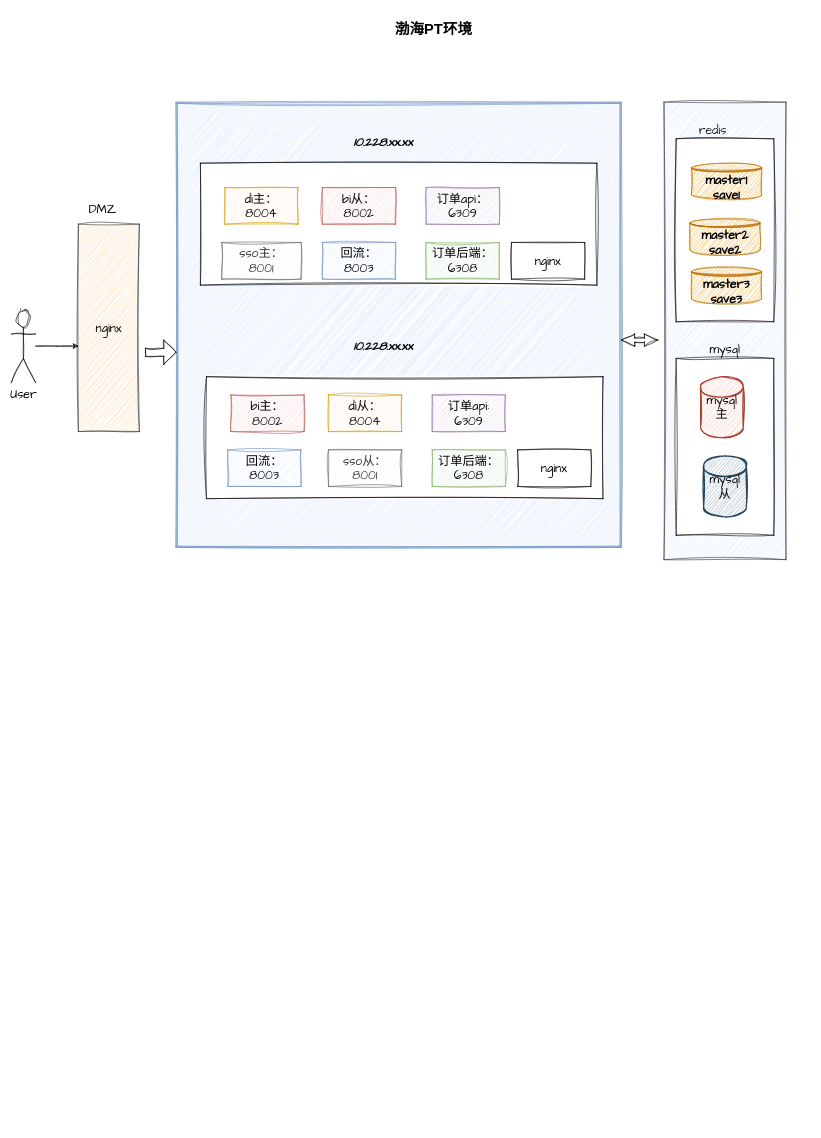
The draw.io diagram 渤海pt环境.drawio in BNingliu/drawIO, before the edit. Source tidied: cells renumbered, new cells numbered last; positions are measured from the earlier drawing's top-left corner, leaving out a move shared by most shapes. Both pictures are drawn from the tidied source at 61%, with x=0, y=0 at pixel (11, 16).
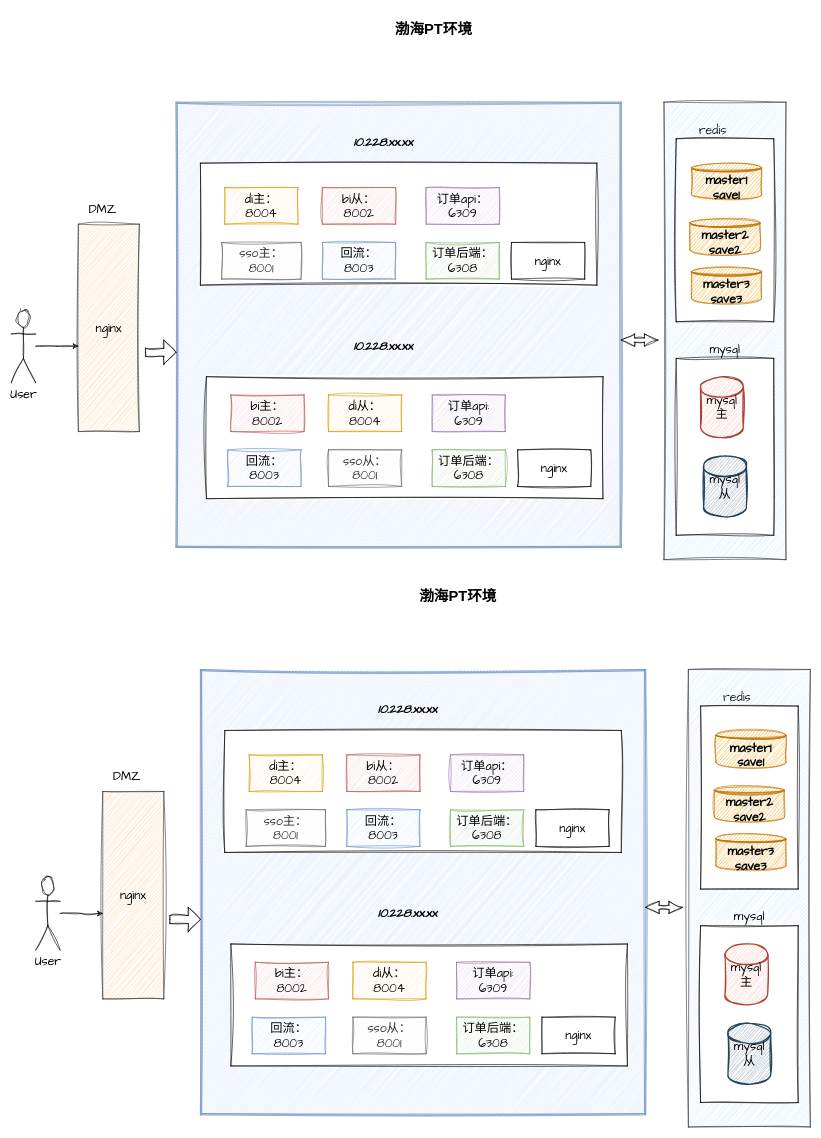
The same page after the edit.

Commit message:
更新渤海pt环境.drawio

Diff of the diagram source:
```diff
@@
+    <mxCell id="41" value="nginx" style="rounded=0;whiteSpace=wrap;html=1;hachureGap=4;fontFamily=Architects Daughter;fontSize=20;fillColor=#ffcc99;strokeColor=#36393d;sketch=1;curveFitting=1;jiggle=2;" parent="1" vertex="1">
+      <mxGeometry x="150" y="1270" width="100" height="340" as="geometry" />
+    </mxCell>
+    <mxCell id="42" value="DMZ" style="text;html=1;strokeColor=none;fillColor=none;align=center;verticalAlign=middle;whiteSpace=wrap;rounded=0;hachureGap=4;fontFamily=Architects Daughter;fontSize=20;sketch=1;curveFitting=1;jiggle=2;" parent="1" vertex="1">
+      <mxGeometry x="160" y="1230" width="60" height="30" as="geometry" />
+    </mxCell>
+    <mxCell id="43" value="User" style="shape=umlActor;verticalLabelPosition=bottom;verticalAlign=top;html=1;outlineConnect=0;hachureGap=4;fontFamily=Architects Daughter;fontSize=20;rounded=0;sketch=1;curveFitting=1;jiggle=2;" parent="1" vertex="1">
+      <mxGeometry x="40" y="1410" width="40" height="120" as="geometry" />
+    </mxCell>
+    <mxCell id="44" style="edgeStyle=orthogonalEdgeStyle;rounded=0;hachureGap=4;jettySize=auto;html=1;fontFamily=Architects Daughter;fontSize=16;sketch=1;curveFitting=1;jiggle=2;" parent="1" edge="1" source="43">
+      <mxGeometry relative="1" as="geometry">
+        <mxPoint x="150" y="1470" as="targetPoint" />
+      </mxGeometry>
+    </mxCell>
+    <mxCell id="45" style="shape=ext;double=1;whiteSpace=wrap;html=1;hachureGap=4;fontFamily=Architects Daughter;fontSize=20;fillColor=#dae8fc;strokeColor=#6c8ebf;rounded=0;sketch=1;curveFitting=1;jiggle=2;" parent="1" vertex="1">
+      <mxGeometry x="310" y="1070" width="730" height="730" as="geometry" />
+    </mxCell>
+    <mxCell id="46" value="&lt;b&gt;&lt;i&gt;10.228.xx.xx&lt;/i&gt;&lt;/b&gt;" style="text;html=1;strokeColor=none;fillColor=none;align=center;verticalAlign=middle;whiteSpace=wrap;rounded=0;hachureGap=4;fontFamily=Architects Daughter;fontSize=20;sketch=1;curveFitting=1;jiggle=2;" parent="1" vertex="1">
+      <mxGeometry x="620" y="1455" width="60" height="30" as="geometry" />
+    </mxCell>
+    <mxCell id="47" value="redis" style="text;html=1;strokeColor=none;fillColor=none;align=center;verticalAlign=middle;whiteSpace=wrap;rounded=0;hachureGap=4;fontFamily=Architects Daughter;fontSize=20;sketch=1;curveFitting=1;jiggle=2;" parent="1" vertex="1">
+      <mxGeometry x="1160" y="1100" width="60" height="30" as="geometry" />
+    </mxCell>
+    <mxCell id="48" style="edgeStyle=none;rounded=0;hachureGap=4;jettySize=auto;html=1;fontFamily=Architects Daughter;fontSize=16;fontColor=#000000;sketch=1;curveFitting=1;jiggle=2;" parent="1" edge="1" source="49" target="45">
+      <mxGeometry relative="1" as="geometry" />
+    </mxCell>
+    <mxCell id="49" style="html=1;shadow=0;dashed=0;align=center;verticalAlign=middle;shape=mxgraph.arrows2.twoWayArrow;dy=0.65;dx=22;labelBackgroundColor=#000000;hachureGap=4;fontFamily=Architects Daughter;fontSize=20;fontColor=#000000;gradientColor=none;rounded=0;sketch=1;curveFitting=1;jiggle=2;" parent="1" vertex="1">
+      <mxGeometry x="1040" y="1450" width="60" height="20" as="geometry" />
+    </mxCell>
+    <mxCell id="50" style="html=1;shadow=0;dashed=0;align=center;verticalAlign=middle;shape=mxgraph.arrows2.arrow;dy=0.67;dx=20;notch=0;labelBackgroundColor=#000000;hachureGap=4;fontFamily=Architects Daughter;fontSize=20;fontColor=#000000;gradientColor=none;rounded=0;sketch=1;curveFitting=1;jiggle=2;" parent="1" vertex="1">
+      <mxGeometry x="260" y="1460" width="50" height="40" as="geometry" />
+    </mxCell>
+    <mxCell id="51" style="group;rounded=0;sketch=1;curveFitting=1;jiggle=2;" parent="1" vertex="1">
+      <mxGeometry x="1110" y="1070" width="200" height="750" as="geometry" />
+    </mxCell>
+    <mxCell id="52" style="rounded=0;whiteSpace=wrap;html=1;hachureGap=4;fontFamily=Architects Daughter;fontSize=20;fillColor=#cce5ff;strokeColor=#36393d;sketch=1;curveFitting=1;jiggle=2;" parent="51" vertex="1">
+      <mxGeometry width="200" height="750" as="geometry" />
+    </mxCell>
+    <mxCell id="53" style="rounded=0;whiteSpace=wrap;html=1;hachureGap=4;fontFamily=Architects Daughter;fontSize=20;gradientColor=none;sketch=1;curveFitting=1;jiggle=2;" parent="51" vertex="1">
+      <mxGeometry x="20" y="60" width="160" height="300" as="geometry" />
+    </mxCell>
+    <mxCell id="54" style="rounded=0;whiteSpace=wrap;html=1;hachureGap=4;fontFamily=Architects Daughter;fontSize=20;gradientColor=none;sketch=1;curveFitting=1;jiggle=2;" parent="51" vertex="1">
+      <mxGeometry x="20" y="420" width="160" height="290" as="geometry" />
+    </mxCell>
+    <mxCell id="55" value="mysql" style="text;html=1;strokeColor=none;fillColor=none;align=center;verticalAlign=middle;whiteSpace=wrap;rounded=0;hachureGap=4;fontFamily=Architects Daughter;fontSize=20;sketch=1;curveFitting=1;jiggle=2;" parent="51" vertex="1">
+      <mxGeometry x="70" y="390" width="60" height="30" as="geometry" />
+    </mxCell>
+    <mxCell id="56" value="mysql主" style="strokeWidth=2;html=1;shape=mxgraph.flowchart.database;whiteSpace=wrap;hachureGap=4;fontFamily=Architects Daughter;fontSize=20;fillColor=#fad9d5;strokeColor=#ae4132;rounded=0;sketch=1;curveFitting=1;jiggle=2;" parent="51" vertex="1">
+      <mxGeometry x="60" y="450" width="70" height="100" as="geometry" />
+    </mxCell>
+    <mxCell id="57" value="mysql从" style="strokeWidth=2;html=1;shape=mxgraph.flowchart.database;whiteSpace=wrap;hachureGap=4;fontFamily=Architects Daughter;fontSize=20;fillColor=#bac8d3;strokeColor=#23445d;rounded=0;sketch=1;curveFitting=1;jiggle=2;" parent="51" vertex="1">
+      <mxGeometry x="65" y="580" width="70" height="100" as="geometry" />
+    </mxCell>
+    <mxCell id="58" value="&lt;font color=&quot;#000000&quot;&gt;&lt;b&gt;master1&lt;br&gt;save1&lt;/b&gt;&lt;/font&gt;" style="shape=datastore;whiteSpace=wrap;html=1;hachureGap=4;fontFamily=Architects Daughter;fontSize=20;fillColor=#f0a30a;fontColor=#000000;strokeColor=#BD7000;rounded=0;sketch=1;curveFitting=1;jiggle=2;" parent="51" vertex="1">
+      <mxGeometry x="45" y="100" width="115" height="60" as="geometry" />
+    </mxCell>
+    <mxCell id="59" value="&lt;font color=&quot;#000000&quot;&gt;&lt;b&gt;master2&lt;br&gt;save2&lt;/b&gt;&lt;/font&gt;" style="shape=datastore;whiteSpace=wrap;html=1;hachureGap=4;fontFamily=Architects Daughter;fontSize=20;fillColor=#f0a30a;fontColor=#000000;strokeColor=#BD7000;rounded=0;sketch=1;curveFitting=1;jiggle=2;" parent="51" vertex="1">
+      <mxGeometry x="42.5" y="190" width="115" height="60" as="geometry" />
+    </mxCell>
+    <mxCell id="60" value="&lt;b&gt;&lt;font color=&quot;#000000&quot;&gt;master3&lt;br&gt;save3&lt;/font&gt;&lt;/b&gt;" style="shape=datastore;whiteSpace=wrap;html=1;hachureGap=4;fontFamily=Architects Daughter;fontSize=20;fillColor=#f0a30a;fontColor=#000000;strokeColor=#BD7000;rounded=0;sketch=1;curveFitting=1;jiggle=2;" parent="51" vertex="1">
+      <mxGeometry x="45" y="270" width="115" height="60" as="geometry" />
+    </mxCell>
+    <mxCell id="61" style="group;rounded=0;sketch=1;curveFitting=1;jiggle=2;" parent="1" vertex="1">
+      <mxGeometry x="350" y="1120" width="660" height="600" as="geometry" />
+    </mxCell>
+    <mxCell id="62" style="rounded=0;whiteSpace=wrap;html=1;hachureGap=4;fontFamily=Architects Daughter;fontSize=20;sketch=1;curveFitting=1;jiggle=2;" parent="61" vertex="1">
+      <mxGeometry y="50" width="650" height="200" as="geometry" />
+    </mxCell>
+    <mxCell id="63" style="rounded=0;whiteSpace=wrap;html=1;hachureGap=4;fontFamily=Architects Daughter;fontSize=20;sketch=1;curveFitting=1;jiggle=2;" parent="61" vertex="1">
+      <mxGeometry x="10" y="400" width="650" height="200" as="geometry" />
+    </mxCell>
+    <mxCell id="64" value="&lt;b&gt;&lt;i&gt;10.228.xx.xx&lt;/i&gt;&lt;/b&gt;" style="text;html=1;strokeColor=none;fillColor=none;align=center;verticalAlign=middle;whiteSpace=wrap;rounded=0;hachureGap=4;fontFamily=Architects Daughter;fontSize=20;sketch=1;curveFitting=1;jiggle=2;" parent="61" vertex="1">
+      <mxGeometry x="270" width="60" height="30" as="geometry" />
+    </mxCell>
+    <mxCell id="65" value="di主：&lt;br&gt;8004" style="rounded=0;whiteSpace=wrap;html=1;hachureGap=4;fontFamily=Architects Daughter;fontSize=20;fillColor=#ffe6cc;strokeColor=#d79b00;sketch=1;curveFitting=1;jiggle=2;" parent="61" vertex="1">
+      <mxGeometry x="40" y="90" width="120" height="60" as="geometry" />
+    </mxCell>
+    <mxCell id="66" value="bi从：&lt;br&gt;8002" style="rounded=0;whiteSpace=wrap;html=1;hachureGap=4;fontFamily=Architects Daughter;fontSize=20;fillColor=#f8cecc;strokeColor=#b85450;sketch=1;curveFitting=1;jiggle=2;" parent="61" vertex="1">
+      <mxGeometry x="200" y="90" width="120" height="60" as="geometry" />
+    </mxCell>
+    <mxCell id="67" value="订单api：&lt;br&gt;6309" style="rounded=0;whiteSpace=wrap;html=1;hachureGap=4;fontFamily=Architects Daughter;fontSize=20;fillColor=#e1d5e7;strokeColor=#9673a6;sketch=1;curveFitting=1;jiggle=2;" parent="61" vertex="1">
+      <mxGeometry x="370" y="90" width="120" height="60" as="geometry" />
+    </mxCell>
+    <mxCell id="68" value="sso主：&lt;br&gt;8001" style="rounded=0;whiteSpace=wrap;html=1;hachureGap=4;fontFamily=Architects Daughter;fontSize=20;fillColor=#f5f5f5;fontColor=#333333;strokeColor=#666666;sketch=1;curveFitting=1;jiggle=2;" parent="61" vertex="1">
+      <mxGeometry x="35" y="180" width="130" height="60" as="geometry" />
+    </mxCell>
+    <mxCell id="69" value="回流：&lt;br&gt;8003" style="rounded=0;whiteSpace=wrap;html=1;hachureGap=4;fontFamily=Architects Daughter;fontSize=20;fillColor=#dae8fc;strokeColor=#6c8ebf;sketch=1;curveFitting=1;jiggle=2;" parent="61" vertex="1">
+      <mxGeometry x="200" y="180" width="120" height="60" as="geometry" />
+    </mxCell>
+    <mxCell id="70" value="订单后端：&lt;br&gt;6308" style="rounded=0;whiteSpace=wrap;html=1;hachureGap=4;fontFamily=Architects Daughter;fontSize=20;fillColor=#d5e8d4;strokeColor=#82b366;sketch=1;curveFitting=1;jiggle=2;" parent="61" vertex="1">
+      <mxGeometry x="370" y="180" width="120" height="60" as="geometry" />
+    </mxCell>
+    <mxCell id="71" value="nginx" style="rounded=0;whiteSpace=wrap;html=1;hachureGap=4;fontFamily=Architects Daughter;fontSize=20;sketch=1;curveFitting=1;jiggle=2;" parent="61" vertex="1">
+      <mxGeometry x="510" y="180" width="120" height="60" as="geometry" />
+    </mxCell>
+    <mxCell id="72" value="bi主：&lt;br&gt;8002" style="rounded=0;whiteSpace=wrap;html=1;hachureGap=4;fontFamily=Architects Daughter;fontSize=20;fillColor=#f8cecc;strokeColor=#b85450;sketch=1;curveFitting=1;jiggle=2;" parent="61" vertex="1">
+      <mxGeometry x="50" y="430" width="120" height="60" as="geometry" />
+    </mxCell>
+    <mxCell id="73" value="di从：&lt;br&gt;8004" style="rounded=0;whiteSpace=wrap;html=1;hachureGap=4;fontFamily=Architects Daughter;fontSize=20;fillColor=#ffe6cc;strokeColor=#d79b00;sketch=1;curveFitting=1;jiggle=2;" parent="61" vertex="1">
+      <mxGeometry x="210" y="430" width="120" height="60" as="geometry" />
+    </mxCell>
+    <mxCell id="74" value="订单api:&lt;br&gt;6309" style="rounded=0;whiteSpace=wrap;html=1;hachureGap=4;fontFamily=Architects Daughter;fontSize=20;fillColor=#e1d5e7;strokeColor=#9673a6;sketch=1;curveFitting=1;jiggle=2;" parent="61" vertex="1">
+      <mxGeometry x="380" y="430" width="120" height="60" as="geometry" />
+    </mxCell>
+    <mxCell id="75" value="回流：&lt;br&gt;8003" style="rounded=0;whiteSpace=wrap;html=1;hachureGap=4;fontFamily=Architects Daughter;fontSize=20;fillColor=#dae8fc;strokeColor=#6c8ebf;sketch=1;curveFitting=1;jiggle=2;" parent="61" vertex="1">
+      <mxGeometry x="45" y="520" width="120" height="60" as="geometry" />
+    </mxCell>
+    <mxCell id="76" value="sso从：&lt;br&gt;8001" style="rounded=0;whiteSpace=wrap;html=1;hachureGap=4;fontFamily=Architects Daughter;fontSize=20;fillColor=#f5f5f5;fontColor=#333333;strokeColor=#666666;sketch=1;curveFitting=1;jiggle=2;" parent="61" vertex="1">
+      <mxGeometry x="210" y="520" width="120" height="60" as="geometry" />
+    </mxCell>
+    <mxCell id="77" value="订单后端：&lt;br&gt;6308" style="rounded=0;whiteSpace=wrap;html=1;hachureGap=4;fontFamily=Architects Daughter;fontSize=20;fillColor=#d5e8d4;strokeColor=#82b366;sketch=1;curveFitting=1;jiggle=2;" parent="61" vertex="1">
+      <mxGeometry x="380" y="520" width="120" height="60" as="geometry" />
+    </mxCell>
+    <mxCell id="78" value="nginx" style="rounded=0;whiteSpace=wrap;html=1;hachureGap=4;fontFamily=Architects Daughter;fontSize=20;sketch=1;curveFitting=1;jiggle=2;" parent="61" vertex="1">
+      <mxGeometry x="520" y="520" width="120" height="60" as="geometry" />
+    </mxCell>
+    <mxCell id="79" value="&lt;h1&gt;渤海PT环境&lt;/h1&gt;" style="text;html=1;spacing=5;spacingTop=-20;whiteSpace=wrap;overflow=hidden;rounded=0;align=center;sketch=1;curveFitting=1;jiggle=2;" parent="1" vertex="1">
+      <mxGeometry x="575" y="930" width="315" height="40" as="geometry" />
+    </mxCell>
```
